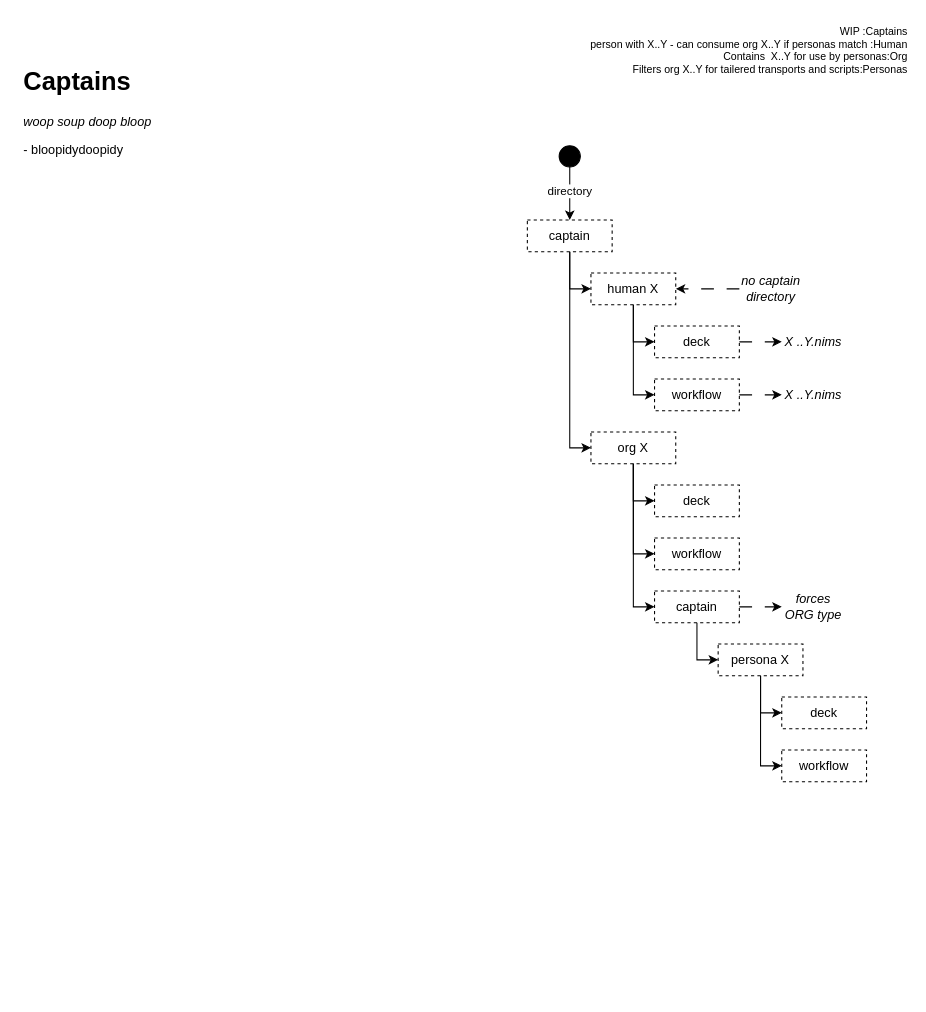
Above: page "captains" (3 of 4) of ADRs/boat_adr.drawio in noahehall/boat (draw.io), before the change. Source tidied: cells renumbered, new cells numbered last; positions are measured from the earlier drawing's top-left corner, leaving out a move shared by most shapes. Both pictures are drawn from the tidied source at 106%, with x=0, y=0 at pixel (18, 18).
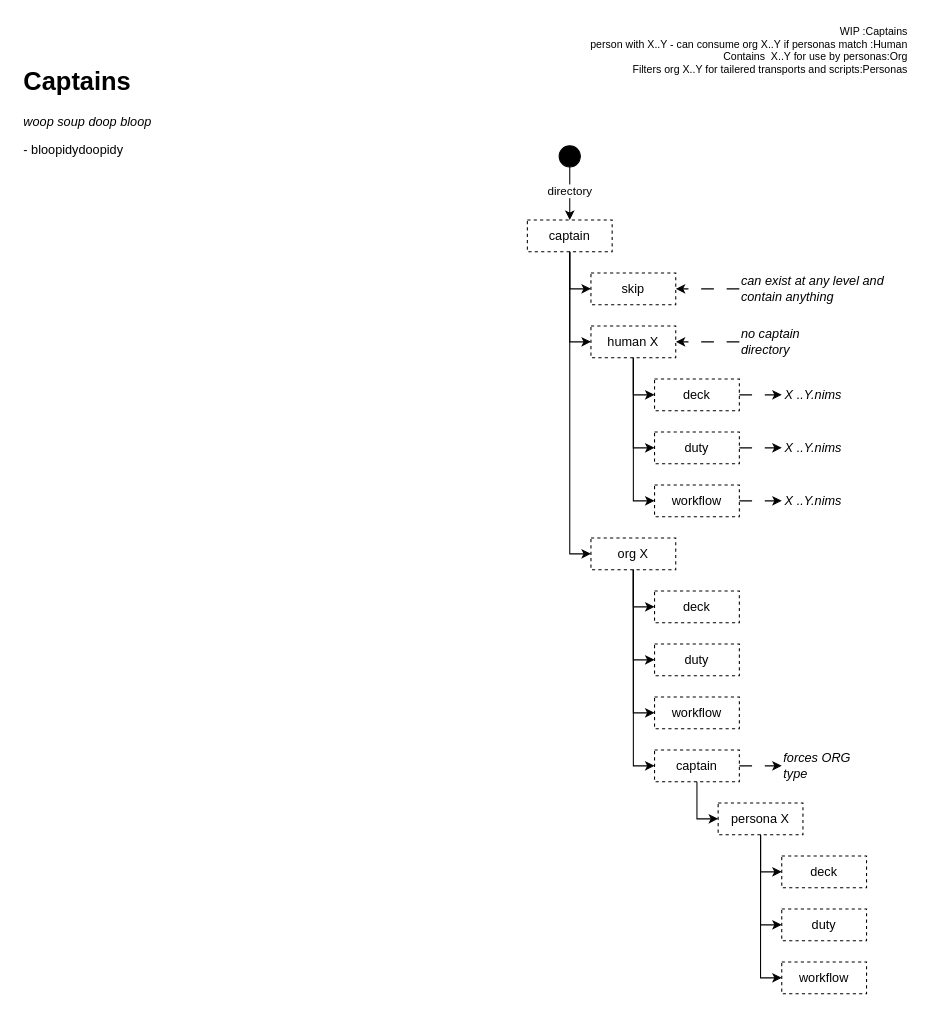
After the change.

Unchanged cells that the change refers to:
```xml
<mxCell id="8" value="captain" style="text;html=1;strokeColor=default;fillColor=none;align=center;verticalAlign=middle;whiteSpace=wrap;rounded=0;dashed=1;" parent="1" vertex="1">
  <mxGeometry x="480" y="190" width="80" height="30" as="geometry" />
</mxCell>
```

Change to the diagram source:
```diff
@@
+    <mxCell id="35" style="edgeStyle=orthogonalEdgeStyle;rounded=0;jettySize=auto;html=1;entryX=0;entryY=0.5;entryDx=0;entryDy=0;strokeColor=default;" parent="1" edge="1" source="8" target="39">
+      <mxGeometry relative="1" as="geometry" />
+    </mxCell>
@@
+    <mxCell id="36" style="edgeStyle=orthogonalEdgeStyle;rounded=0;jettySize=auto;html=1;entryX=0;entryY=0.5;entryDx=0;entryDy=0;strokeColor=default;" parent="1" edge="1" source="11" target="43">
+      <mxGeometry relative="1" as="geometry" />
+    </mxCell>
     <mxCell id="11" value="human X" style="text;html=1;strokeColor=default;fillColor=none;align=center;verticalAlign=middle;whiteSpace=wrap;rounded=0;dashed=1;" parent="1" vertex="1">
-      <mxGeometry x="540" y="240" width="80" height="30" as="geometry" />
+      <mxGeometry x="540" y="290" width="80" height="30" as="geometry" />
     </mxCell>
@@
     <mxCell id="13" value="deck" style="text;html=1;strokeColor=default;fillColor=none;align=center;verticalAlign=middle;whiteSpace=wrap;rounded=0;dashed=1;" parent="1" vertex="1">
-      <mxGeometry x="600" y="290" width="80" height="30" as="geometry" />
+      <mxGeometry x="600" y="340" width="80" height="30" as="geometry" />
     </mxCell>
@@
-    <mxCell id="15" value="workflow" style="text;html=1;strokeColor=default;fillColor=none;align=center;verticalAlign=middle;whiteSpace=wrap;rounded=0;dashed=1;" parent="1" vertex="1">
-      <mxGeometry x="600" y="340" width="80" height="30" as="geometry" />
+    <mxCell id="15" value="duty" style="text;html=1;strokeColor=default;fillColor=none;align=center;verticalAlign=middle;whiteSpace=wrap;rounded=0;dashed=1;" parent="1" vertex="1">
+      <mxGeometry x="600" y="390" width="80" height="30" as="geometry" />
     </mxCell>
@@
+    <mxCell id="37" style="edgeStyle=orthogonalEdgeStyle;rounded=0;jettySize=auto;html=1;entryX=0;entryY=0.5;entryDx=0;entryDy=0;strokeColor=default;" parent="1" edge="1" source="19" target="45">
+      <mxGeometry relative="1" as="geometry" />
+    </mxCell>
     <mxCell id="19" value="org X" style="text;html=1;strokeColor=default;fillColor=none;align=center;verticalAlign=middle;whiteSpace=wrap;rounded=0;dashed=1;" parent="1" vertex="1">
-      <mxGeometry x="540" y="390" width="80" height="30" as="geometry" />
+      <mxGeometry x="540" y="490" width="80" height="30" as="geometry" />
     </mxCell>
     <mxCell id="20" value="deck" style="text;html=1;strokeColor=default;fillColor=none;align=center;verticalAlign=middle;whiteSpace=wrap;rounded=0;dashed=1;" parent="1" vertex="1">
-      <mxGeometry x="600" y="440" width="80" height="30" as="geometry" />
+      <mxGeometry x="600" y="540" width="80" height="30" as="geometry" />
     </mxCell>
-    <mxCell id="21" value="workflow" style="text;html=1;strokeColor=default;fillColor=none;align=center;verticalAlign=middle;whiteSpace=wrap;rounded=0;dashed=1;" parent="1" vertex="1">
-      <mxGeometry x="600" y="490" width="80" height="30" as="geometry" />
+    <mxCell id="21" value="duty" style="text;html=1;strokeColor=default;fillColor=none;align=center;verticalAlign=middle;whiteSpace=wrap;rounded=0;dashed=1;" parent="1" vertex="1">
+      <mxGeometry x="600" y="590" width="80" height="30" as="geometry" />
     </mxCell>
@@
     <mxCell id="24" value="captain" style="text;html=1;strokeColor=default;fillColor=none;align=center;verticalAlign=middle;whiteSpace=wrap;rounded=0;dashed=1;" parent="1" vertex="1">
-      <mxGeometry x="600" y="540" width="80" height="30" as="geometry" />
+      <mxGeometry x="600" y="690" width="80" height="30" as="geometry" />
     </mxCell>
@@
+    <mxCell id="38" style="edgeStyle=orthogonalEdgeStyle;rounded=0;jettySize=auto;html=1;entryX=0;entryY=0.5;entryDx=0;entryDy=0;strokeColor=default;" parent="1" edge="1" source="27" target="46">
+      <mxGeometry relative="1" as="geometry" />
+    </mxCell>
     <mxCell id="27" value="persona X" style="text;html=1;strokeColor=default;fillColor=none;align=center;verticalAlign=middle;whiteSpace=wrap;rounded=0;dashed=1;" parent="1" vertex="1">
-      <mxGeometry x="660" y="590" width="80" height="30" as="geometry" />
+      <mxGeometry x="660" y="740" width="80" height="30" as="geometry" />
     </mxCell>
     <mxCell id="28" value="deck" style="text;html=1;strokeColor=default;fillColor=none;align=center;verticalAlign=middle;whiteSpace=wrap;rounded=0;dashed=1;" parent="1" vertex="1">
-      <mxGeometry x="720" y="640" width="80" height="30" as="geometry" />
+      <mxGeometry x="720" y="790" width="80" height="30" as="geometry" />
     </mxCell>
-    <mxCell id="29" value="workflow" style="text;html=1;strokeColor=default;fillColor=none;align=center;verticalAlign=middle;whiteSpace=wrap;rounded=0;dashed=1;" parent="1" vertex="1">
-      <mxGeometry x="720" y="690" width="80" height="30" as="geometry" />
+    <mxCell id="29" value="duty" style="text;html=1;strokeColor=default;fillColor=none;align=center;verticalAlign=middle;whiteSpace=wrap;rounded=0;dashed=1;" parent="1" vertex="1">
+      <mxGeometry x="720" y="840" width="80" height="30" as="geometry" />
     </mxCell>
@@
-    <mxCell id="31" value="no captain directory" style="text;html=1;strokeColor=none;fillColor=none;align=center;verticalAlign=middle;whiteSpace=wrap;rounded=0;fontStyle=2;" parent="1" vertex="1">
-      <mxGeometry x="680" y="240" width="60" height="30" as="geometry" />
+    <mxCell id="31" value="no captain directory" style="text;html=1;strokeColor=none;fillColor=none;align=left;verticalAlign=middle;whiteSpace=wrap;rounded=0;fontStyle=2;" parent="1" vertex="1">
+      <mxGeometry x="680" y="290" width="80" height="30" as="geometry" />
     </mxCell>
     <mxCell id="32" value="X ..Y.nims" style="text;html=1;strokeColor=none;fillColor=none;align=center;verticalAlign=middle;whiteSpace=wrap;rounded=0;fontStyle=2;" parent="1" vertex="1">
-      <mxGeometry x="720" y="290" width="60" height="30" as="geometry" />
+      <mxGeometry x="720" y="340" width="60" height="30" as="geometry" />
     </mxCell>
     <mxCell id="33" value="X ..Y.nims" style="text;html=1;strokeColor=none;fillColor=none;align=center;verticalAlign=middle;whiteSpace=wrap;rounded=0;fontStyle=2;" parent="1" vertex="1">
-      <mxGeometry x="720" y="340" width="60" height="30" as="geometry" />
+      <mxGeometry x="720" y="390" width="60" height="30" as="geometry" />
     </mxCell>
-    <mxCell id="34" value="forces ORG type" style="text;html=1;strokeColor=none;fillColor=none;align=center;verticalAlign=middle;whiteSpace=wrap;rounded=0;fontStyle=2;" parent="1" vertex="1">
-      <mxGeometry x="720" y="540" width="60" height="30" as="geometry" />
+    <mxCell id="34" value="forces ORG type" style="text;html=1;strokeColor=none;fillColor=none;align=left;verticalAlign=middle;whiteSpace=wrap;rounded=0;fontStyle=2;" parent="1" vertex="1">
+      <mxGeometry x="720" y="690" width="80" height="30" as="geometry" />
     </mxCell>
+    <mxCell id="39" value="skip" style="text;html=1;strokeColor=default;fillColor=none;align=center;verticalAlign=middle;whiteSpace=wrap;rounded=0;dashed=1;" parent="1" vertex="1">
+      <mxGeometry x="540" y="240" width="80" height="30" as="geometry" />
+    </mxCell>
+    <mxCell id="40" style="edgeStyle=orthogonalEdgeStyle;rounded=0;jettySize=auto;html=1;entryX=1;entryY=0.5;entryDx=0;entryDy=0;strokeColor=default;dashed=1;dashPattern=12 12;" parent="1" edge="1" source="41" target="39">
+      <mxGeometry relative="1" as="geometry" />
+    </mxCell>
+    <mxCell id="41" value="can exist at any level and contain anything" style="text;html=1;strokeColor=none;fillColor=none;align=left;verticalAlign=middle;whiteSpace=wrap;rounded=0;fontStyle=2;" parent="1" vertex="1">
+      <mxGeometry x="680" y="240" width="160" height="30" as="geometry" />
+    </mxCell>
+    <mxCell id="42" style="edgeStyle=orthogonalEdgeStyle;rounded=0;jettySize=auto;html=1;strokeColor=default;dashed=1;dashPattern=12 12;" parent="1" edge="1" source="43" target="44">
+      <mxGeometry relative="1" as="geometry" />
+    </mxCell>
+    <mxCell id="43" value="workflow" style="text;html=1;strokeColor=default;fillColor=none;align=center;verticalAlign=middle;whiteSpace=wrap;rounded=0;dashed=1;" parent="1" vertex="1">
+      <mxGeometry x="600" y="440" width="80" height="30" as="geometry" />
+    </mxCell>
+    <mxCell id="44" value="X ..Y.nims" style="text;html=1;strokeColor=none;fillColor=none;align=center;verticalAlign=middle;whiteSpace=wrap;rounded=0;fontStyle=2;" parent="1" vertex="1">
+      <mxGeometry x="720" y="440" width="60" height="30" as="geometry" />
+    </mxCell>
+    <mxCell id="45" value="workflow" style="text;html=1;strokeColor=default;fillColor=none;align=center;verticalAlign=middle;whiteSpace=wrap;rounded=0;dashed=1;" parent="1" vertex="1">
+      <mxGeometry x="600" y="640" width="80" height="30" as="geometry" />
+    </mxCell>
+    <mxCell id="46" value="workflow" style="text;html=1;strokeColor=default;fillColor=none;align=center;verticalAlign=middle;whiteSpace=wrap;rounded=0;dashed=1;" parent="1" vertex="1">
+      <mxGeometry x="720" y="890" width="80" height="30" as="geometry" />
+    </mxCell>
```
